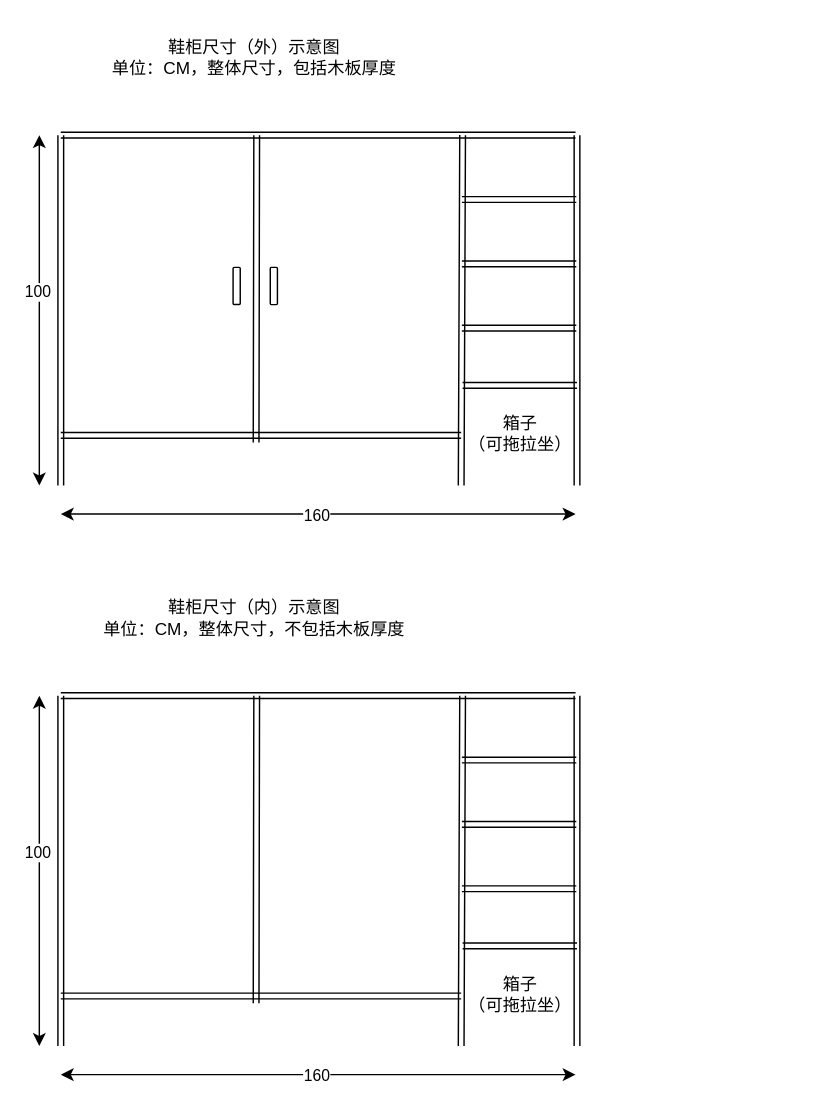
This is 鞋柜.drawio from huaxiaojilzg/workflow_draw, a draw.io file, before an edit. Source tidied: cells renumbered, new cells numbered last; positions are measured from the earlier drawing's top-left corner, leaving out a move shared by most shapes. Both pictures are drawn from the tidied source at 143%, with x=0, y=0 at pixel (39, 24).
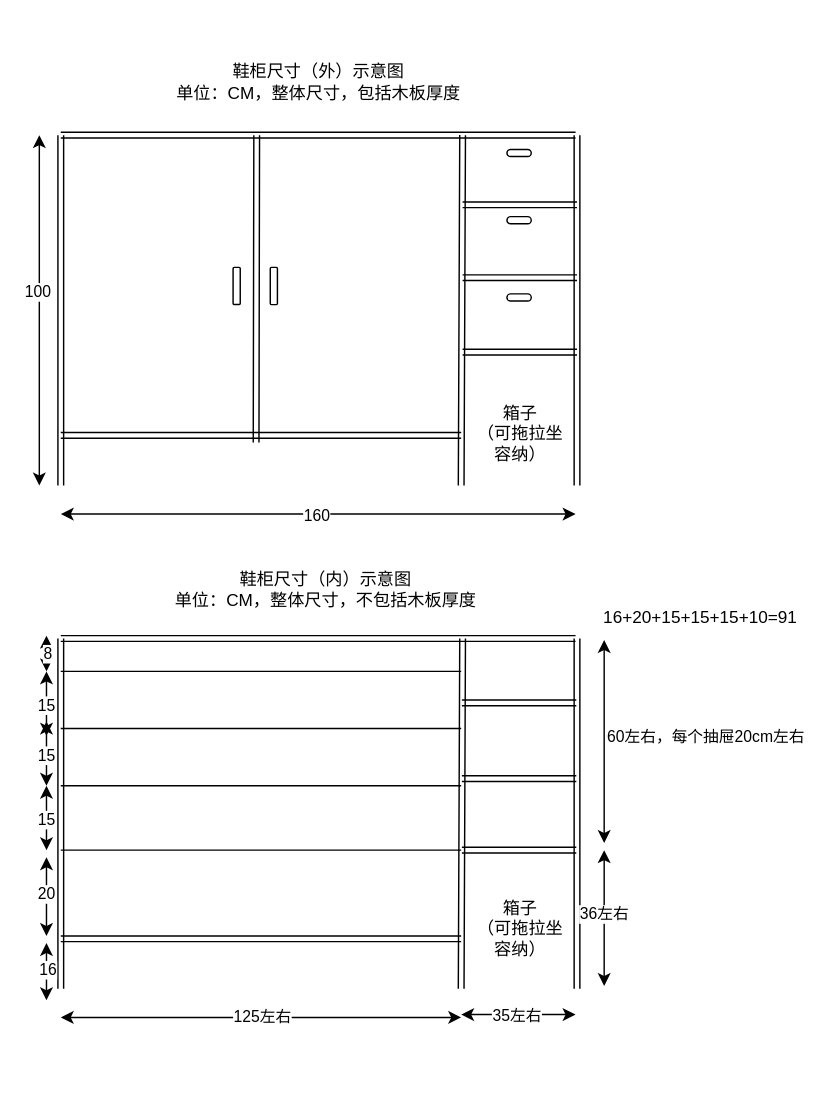
The same page after the edit.

The edit, as a diff of the source:
```diff
@@
     <mxCell id="4" value="鞋柜尺寸（外）示意图&lt;br&gt;单位：CM，整体尺寸，包括木板厚度" style="text;html=1;align=center;verticalAlign=middle;strokeColor=none;fillColor=none;" parent="1" vertex="1">
-      <mxGeometry x="40" width="220" height="45" as="geometry" />
+      <mxGeometry x="85" y="17" width="220" height="45" as="geometry" />
     </mxCell>
@@
-    <mxCell id="13" style="shape=link;html=1;rounded=0;" parent="1" edge="1">
-      <mxGeometry relative="1" as="geometry">
-        <mxPoint x="375.5" y="122" as="sourcePoint" />
-        <mxPoint x="295.5" y="122" as="targetPoint" />
-      </mxGeometry>
-    </mxCell>
-    <mxCell id="14" style="shape=link;html=1;rounded=0;" parent="1" edge="1">
-      <mxGeometry relative="1" as="geometry">
-        <mxPoint x="375.5" y="167" as="sourcePoint" />
-        <mxPoint x="295.5" y="167" as="targetPoint" />
-      </mxGeometry>
-    </mxCell>
-    <mxCell id="15" style="shape=link;html=1;rounded=0;" parent="1" edge="1">
-      <mxGeometry relative="1" as="geometry">
-        <mxPoint x="376" y="252" as="sourcePoint" />
-        <mxPoint x="296" y="252" as="targetPoint" />
-      </mxGeometry>
-    </mxCell>
-    <mxCell id="16" style="shape=link;html=1;rounded=0;" parent="1" edge="1">
-      <mxGeometry relative="1" as="geometry">
-        <mxPoint x="375.5" y="212" as="sourcePoint" />
-        <mxPoint x="295.5" y="212" as="targetPoint" />
-      </mxGeometry>
-    </mxCell>
@@
-    <mxCell id="19" value="箱子&lt;br&gt;（可拖拉坐）" style="text;html=1;align=center;verticalAlign=middle;strokeColor=none;fillColor=none;" parent="1" vertex="1">
-      <mxGeometry x="288" y="263" width="95" height="45" as="geometry" />
+    <mxCell id="19" value="箱子&lt;br&gt;（可拖拉坐&lt;br&gt;容纳）" style="text;html=1;align=center;verticalAlign=middle;strokeColor=none;fillColor=none;" parent="1" vertex="1">
+      <mxGeometry x="296" y="256" width="80" height="60" as="geometry" />
     </mxCell>
-    <mxCell id="20" style="endArrow=classic;startArrow=classic;html=1;rounded=0;" parent="1" edge="1">
-      <mxGeometry relative="1" as="geometry">
-        <mxPoint y="714" as="sourcePoint" />
-        <mxPoint y="469" as="targetPoint" />
-      </mxGeometry>
-    </mxCell>
-    <mxCell id="21" value="100" style="edgeLabel;html=1;align=center;verticalAlign=middle;" parent="20" vertex="1">
-      <mxGeometry x="0.11" y="2" relative="1" as="geometry" />
-    </mxCell>
     <mxCell id="22" value="鞋柜尺寸（内）示意图&lt;br&gt;单位：CM，整体尺寸，不包括木板厚度" style="text;html=1;align=center;verticalAlign=middle;strokeColor=none;fillColor=none;" parent="1" vertex="1">
-      <mxGeometry x="35" y="392" width="230" height="45" as="geometry" />
+      <mxGeometry x="85" y="372" width="230" height="45" as="geometry" />
     </mxCell>
     <mxCell id="23" style="shape=link;html=1;rounded=0;" parent="1" edge="1">
       <mxGeometry relative="1" as="geometry">
-        <mxPoint x="15" y="714" as="sourcePoint" />
-        <mxPoint x="15" y="469" as="targetPoint" />
+        <mxPoint x="15" y="674" as="sourcePoint" />
+        <mxPoint x="15" y="429" as="targetPoint" />
       </mxGeometry>
     </mxCell>
     <mxCell id="24" style="shape=link;html=1;rounded=0;" parent="1" edge="1">
       <mxGeometry relative="1" as="geometry">
-        <mxPoint x="376" y="714" as="sourcePoint" />
-        <mxPoint x="376" y="469" as="targetPoint" />
+        <mxPoint x="376" y="674" as="sourcePoint" />
+        <mxPoint x="376" y="429" as="targetPoint" />
       </mxGeometry>
     </mxCell>
     <mxCell id="25" style="shape=link;html=1;rounded=0;" parent="1" edge="1">
       <mxGeometry relative="1" as="geometry">
-        <mxPoint x="375" y="469" as="sourcePoint" />
-        <mxPoint x="15" y="469" as="targetPoint" />
+        <mxPoint x="375" y="429" as="sourcePoint" />
+        <mxPoint x="15" y="429" as="targetPoint" />
       </mxGeometry>
     </mxCell>
     <mxCell id="26" style="shape=link;html=1;rounded=0;" parent="1" edge="1">
       <mxGeometry relative="1" as="geometry">
-        <mxPoint x="295" y="679" as="sourcePoint" />
-        <mxPoint x="15" y="679" as="targetPoint" />
+        <mxPoint x="295" y="639" as="sourcePoint" />
+        <mxPoint x="15" y="639" as="targetPoint" />
       </mxGeometry>
     </mxCell>
     <mxCell id="27" style="endArrow=classic;startArrow=classic;html=1;rounded=0;" parent="1" edge="1">
       <mxGeometry relative="1" as="geometry">
-        <mxPoint x="15" y="734" as="sourcePoint" />
-        <mxPoint x="375" y="734" as="targetPoint" />
+        <mxPoint x="15" y="694" as="sourcePoint" />
+        <mxPoint x="295" y="694" as="targetPoint" />
       </mxGeometry>
     </mxCell>
-    <mxCell id="28" value="160" style="edgeLabel;html=1;align=center;verticalAlign=middle;" parent="27" vertex="1">
-      <mxGeometry x="-0.01" relative="1" as="geometry" />
-    </mxCell>
+    <mxCell id="36" value="125左右" style="edgeLabel;html=1;align=center;verticalAlign=middle;" parent="27" vertex="1">
+      <mxGeometry y="1" relative="1" as="geometry" />
+    </mxCell>
     <mxCell id="29" style="shape=link;html=1;rounded=0;" parent="1" edge="1">
       <mxGeometry relative="1" as="geometry">
-        <mxPoint x="295" y="714" as="sourcePoint" />
-        <mxPoint x="296" y="469" as="targetPoint" />
+        <mxPoint x="295" y="674" as="sourcePoint" />
+        <mxPoint x="296" y="429" as="targetPoint" />
       </mxGeometry>
     </mxCell>
-    <mxCell id="30" style="shape=link;html=1;rounded=0;" parent="1" edge="1">
-      <mxGeometry relative="1" as="geometry">
-        <mxPoint x="151.6" y="684" as="sourcePoint" />
-        <mxPoint x="152" y="469" as="targetPoint" />
-      </mxGeometry>
-    </mxCell>
     <mxCell id="31" style="shape=link;html=1;rounded=0;" parent="1" edge="1">
       <mxGeometry relative="1" as="geometry">
-        <mxPoint x="375.5" y="514" as="sourcePoint" />
-        <mxPoint x="295.5" y="514" as="targetPoint" />
+        <mxPoint x="375.5" y="474" as="sourcePoint" />
+        <mxPoint x="295.5" y="474" as="targetPoint" />
       </mxGeometry>
     </mxCell>
     <mxCell id="32" style="shape=link;html=1;rounded=0;" parent="1" edge="1">
       <mxGeometry relative="1" as="geometry">
-        <mxPoint x="375.5" y="559" as="sourcePoint" />
-        <mxPoint x="295.5" y="559" as="targetPoint" />
+        <mxPoint x="375.5" y="527" as="sourcePoint" />
+        <mxPoint x="295.5" y="527" as="targetPoint" />
       </mxGeometry>
     </mxCell>
     <mxCell id="33" style="shape=link;html=1;rounded=0;" parent="1" edge="1">
       <mxGeometry relative="1" as="geometry">
-        <mxPoint x="376" y="644" as="sourcePoint" />
-        <mxPoint x="296" y="644" as="targetPoint" />
+        <mxPoint x="375.5" y="577" as="sourcePoint" />
+        <mxPoint x="295.5" y="577" as="targetPoint" />
       </mxGeometry>
     </mxCell>
-    <mxCell id="34" style="shape=link;html=1;rounded=0;" parent="1" edge="1">
-      <mxGeometry relative="1" as="geometry">
-        <mxPoint x="375.5" y="604" as="sourcePoint" />
-        <mxPoint x="295.5" y="604" as="targetPoint" />
-      </mxGeometry>
-    </mxCell>
-    <mxCell id="35" value="箱子&lt;br&gt;（可拖拉坐）" style="text;html=1;align=center;verticalAlign=middle;strokeColor=none;fillColor=none;" parent="1" vertex="1">
-      <mxGeometry x="288" y="655" width="95" height="45" as="geometry" />
-    </mxCell>
+    <mxCell id="37" style="endArrow=none;html=1;rounded=0;entryX=0.074;entryY=-0.067;entryDx=0;entryDy=0;entryPerimeter=0;" parent="1" edge="1">
+      <mxGeometry relative="1" as="geometry">
+        <mxPoint x="15" y="577" as="sourcePoint" />
+        <mxPoint x="295" y="577" as="targetPoint" />
+      </mxGeometry>
+    </mxCell>
+    <mxCell id="38" value="16+20+15+15+15+10=91" style="text;html=1;align=center;verticalAlign=middle;strokeColor=none;fillColor=none;" parent="1" vertex="1">
+      <mxGeometry x="384" y="400" width="155" height="30" as="geometry" />
+    </mxCell>
+    <mxCell id="39" style="endArrow=none;html=1;rounded=0;entryX=0.074;entryY=-0.067;entryDx=0;entryDy=0;entryPerimeter=0;" parent="1" edge="1">
+      <mxGeometry relative="1" as="geometry">
+        <mxPoint x="15" y="452" as="sourcePoint" />
+        <mxPoint x="295" y="452" as="targetPoint" />
+      </mxGeometry>
+    </mxCell>
+    <mxCell id="40" style="endArrow=none;html=1;rounded=0;entryX=0.074;entryY=-0.067;entryDx=0;entryDy=0;entryPerimeter=0;" parent="1" edge="1">
+      <mxGeometry relative="1" as="geometry">
+        <mxPoint x="15" y="492" as="sourcePoint" />
+        <mxPoint x="295" y="492" as="targetPoint" />
+      </mxGeometry>
+    </mxCell>
+    <mxCell id="41" style="endArrow=none;html=1;rounded=0;entryX=0.074;entryY=-0.067;entryDx=0;entryDy=0;entryPerimeter=0;" parent="1" edge="1">
+      <mxGeometry relative="1" as="geometry">
+        <mxPoint x="15" y="532" as="sourcePoint" />
+        <mxPoint x="295" y="532" as="targetPoint" />
+      </mxGeometry>
+    </mxCell>
+    <mxCell id="42" style="endArrow=classic;startArrow=classic;html=1;rounded=0;" parent="1" edge="1">
+      <mxGeometry relative="1" as="geometry">
+        <mxPoint x="295" y="692" as="sourcePoint" />
+        <mxPoint x="375" y="692" as="targetPoint" />
+      </mxGeometry>
+    </mxCell>
+    <mxCell id="43" value="35左右" style="edgeLabel;html=1;align=center;verticalAlign=middle;" parent="42" vertex="1">
+      <mxGeometry x="-0.04" relative="1" as="geometry" />
+    </mxCell>
+    <mxCell id="44" style="endArrow=classic;startArrow=classic;html=1;rounded=0;" parent="1" edge="1">
+      <mxGeometry relative="1" as="geometry">
+        <mxPoint x="5" y="682" as="sourcePoint" />
+        <mxPoint x="5" y="642" as="targetPoint" />
+      </mxGeometry>
+    </mxCell>
+    <mxCell id="45" value="16" style="edgeLabel;html=1;align=center;verticalAlign=middle;" parent="44" vertex="1">
+      <mxGeometry x="0.08" relative="1" as="geometry" />
+    </mxCell>
+    <mxCell id="46" style="endArrow=classic;startArrow=classic;html=1;rounded=0;" parent="1" edge="1">
+      <mxGeometry relative="1" as="geometry">
+        <mxPoint x="5" y="637" as="sourcePoint" />
+        <mxPoint x="5" y="582" as="targetPoint" />
+      </mxGeometry>
+    </mxCell>
+    <mxCell id="47" value="20" style="edgeLabel;html=1;align=center;verticalAlign=middle;" parent="46" vertex="1">
+      <mxGeometry x="0.08" y="1" relative="1" as="geometry" />
+    </mxCell>
+    <mxCell id="48" style="endArrow=classic;startArrow=classic;html=1;rounded=0;" parent="1" edge="1">
+      <mxGeometry relative="1" as="geometry">
+        <mxPoint x="5" y="577" as="sourcePoint" />
+        <mxPoint x="5" y="532" as="targetPoint" />
+      </mxGeometry>
+    </mxCell>
+    <mxCell id="49" value="15" style="edgeLabel;html=1;align=center;verticalAlign=middle;" parent="48" vertex="1">
+      <mxGeometry x="-0.04" y="1" relative="1" as="geometry" />
+    </mxCell>
+    <mxCell id="50" style="endArrow=classic;startArrow=classic;html=1;rounded=0;" parent="1" edge="1">
+      <mxGeometry relative="1" as="geometry">
+        <mxPoint x="5" y="532" as="sourcePoint" />
+        <mxPoint x="5" y="487" as="targetPoint" />
+      </mxGeometry>
+    </mxCell>
+    <mxCell id="51" value="15" style="edgeLabel;html=1;align=center;verticalAlign=middle;" parent="50" vertex="1">
+      <mxGeometry x="-0.04" y="1" relative="1" as="geometry" />
+    </mxCell>
+    <mxCell id="52" style="endArrow=classic;startArrow=classic;html=1;rounded=0;" parent="1" edge="1">
+      <mxGeometry relative="1" as="geometry">
+        <mxPoint x="5" y="497" as="sourcePoint" />
+        <mxPoint x="5" y="452" as="targetPoint" />
+      </mxGeometry>
+    </mxCell>
+    <mxCell id="53" value="15" style="edgeLabel;html=1;align=center;verticalAlign=middle;" parent="52" vertex="1">
+      <mxGeometry x="-0.04" y="1" relative="1" as="geometry" />
+    </mxCell>
+    <mxCell id="54" style="endArrow=classic;startArrow=classic;html=1;rounded=0;" parent="1" edge="1">
+      <mxGeometry relative="1" as="geometry">
+        <mxPoint x="5" y="452" as="sourcePoint" />
+        <mxPoint x="5" y="427" as="targetPoint" />
+      </mxGeometry>
+    </mxCell>
+    <mxCell id="55" value="8" style="edgeLabel;html=1;align=center;verticalAlign=middle;" parent="54" vertex="1">
+      <mxGeometry relative="1" as="geometry" />
+    </mxCell>
+    <mxCell id="56" style="rounded=1;whiteSpace=wrap;html=1;rotation=0;arcSize=50;" parent="1" vertex="1">
+      <mxGeometry x="327" y="188" width="17" height="5" as="geometry" />
+    </mxCell>
+    <mxCell id="57" style="rounded=1;whiteSpace=wrap;html=1;rotation=0;arcSize=50;" parent="1" vertex="1">
+      <mxGeometry x="327" y="134" width="17" height="5" as="geometry" />
+    </mxCell>
+    <mxCell id="58" style="rounded=1;whiteSpace=wrap;html=1;rotation=0;arcSize=50;" parent="1" vertex="1">
+      <mxGeometry x="327" y="87" width="17" height="5" as="geometry" />
+    </mxCell>
+    <mxCell id="59" style="endArrow=classic;startArrow=classic;html=1;rounded=0;" parent="1" edge="1">
+      <mxGeometry relative="1" as="geometry">
+        <mxPoint x="395" y="672" as="sourcePoint" />
+        <mxPoint x="395" y="577" as="targetPoint" />
+      </mxGeometry>
+    </mxCell>
+    <mxCell id="60" value="36左右" style="edgeLabel;html=1;align=center;verticalAlign=middle;" parent="59" vertex="1">
+      <mxGeometry x="0.08" y="1" relative="1" as="geometry" />
+    </mxCell>
+    <mxCell id="61" style="endArrow=classic;startArrow=classic;html=1;rounded=0;" parent="1" edge="1">
+      <mxGeometry relative="1" as="geometry">
+        <mxPoint x="395" y="572" as="sourcePoint" />
+        <mxPoint x="395" y="430" as="targetPoint" />
+      </mxGeometry>
+    </mxCell>
+    <mxCell id="62" value="60左右，每个抽屉20cm左右" style="edgeLabel;html=1;align=center;verticalAlign=middle;" parent="61" vertex="1">
+      <mxGeometry x="-0.01" relative="1" as="geometry">
+        <mxPoint x="70" y="-5" as="offset" />
+      </mxGeometry>
+    </mxCell>
+    <mxCell id="63" style="shape=link;html=1;rounded=0;" parent="1" edge="1">
+      <mxGeometry relative="1" as="geometry">
+        <mxPoint x="376" y="125.7" as="sourcePoint" />
+        <mxPoint x="296" y="125.7" as="targetPoint" />
+      </mxGeometry>
+    </mxCell>
+    <mxCell id="64" style="shape=link;html=1;rounded=0;" parent="1" edge="1">
+      <mxGeometry relative="1" as="geometry">
+        <mxPoint x="376" y="176.7" as="sourcePoint" />
+        <mxPoint x="296" y="176.7" as="targetPoint" />
+      </mxGeometry>
+    </mxCell>
+    <mxCell id="65" style="shape=link;html=1;rounded=0;" parent="1" edge="1">
+      <mxGeometry relative="1" as="geometry">
+        <mxPoint x="376" y="228.7" as="sourcePoint" />
+        <mxPoint x="296" y="228.7" as="targetPoint" />
+      </mxGeometry>
+    </mxCell>
+    <mxCell id="66" value="箱子&lt;br&gt;（可拖拉坐&lt;br&gt;容纳）" style="text;html=1;align=center;verticalAlign=middle;strokeColor=none;fillColor=none;" parent="1" vertex="1">
+      <mxGeometry x="296" y="602" width="80" height="60" as="geometry" />
+    </mxCell>
```
